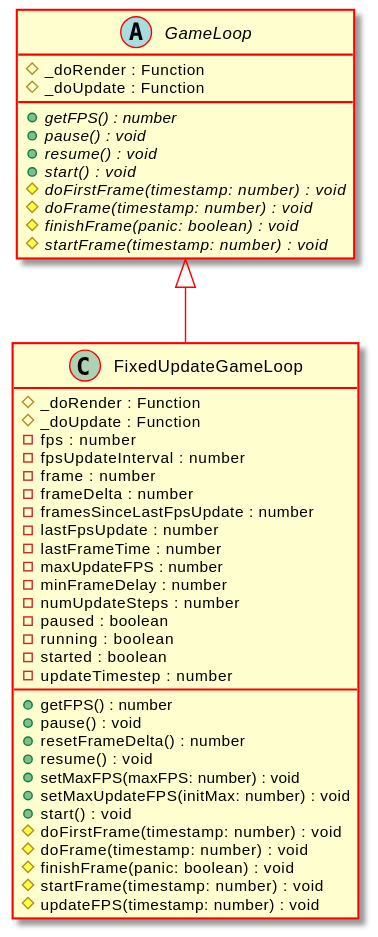
Test123938/Test2 keeps this PlantUML diagram as docs/api/assets/GameLoop-umlClassDiagram-1891.svg. Above is the earlier version. Its diagram source:
```plantuml
@startuml
skinparam ClassArrowColor #ff0000
skinparam ClassBorderColor #ff0000
skinparam BackgroundColor transparent
hide empty methods
hide empty fields
abstract class "GameLoop" {
    #_doRender : Function
    #_doUpdate : Function
    {abstract} +getFPS() : number
    {abstract} +pause() : void
    {abstract} +resume() : void
    {abstract} +start() : void
    {abstract} #doFirstFrame(timestamp: number) : void
    {abstract} #doFrame(timestamp: number) : void
    {abstract} #finishFrame(panic: boolean) : void
    {abstract} #startFrame(timestamp: number) : void
}
class "FixedUpdateGameLoop" {
    #_doRender : Function
    #_doUpdate : Function
    -fps : number
    -fpsUpdateInterval : number
    -frame : number
    -frameDelta : number
    -framesSinceLastFpsUpdate : number
    -lastFpsUpdate : number
    -lastFrameTime : number
    -maxUpdateFPS : number
    -minFrameDelay : number
    -numUpdateSteps : number
    -paused : boolean
    -running : boolean
    -started : boolean
    -updateTimestep : number
    +getFPS() : number
    +pause() : void
    +resetFrameDelta() : number
    +resume() : void
    +setMaxFPS(maxFPS: number) : void
    +setMaxUpdateFPS(initMax: number) : void
    +start() : void
    #doFirstFrame(timestamp: number) : void
    #doFrame(timestamp: number) : void
    #finishFrame(panic: boolean) : void
    #startFrame(timestamp: number) : void
    #updateFPS(timestamp: number) : void
}
"GameLoop" <|-- "FixedUpdateGameLoop"
@enduml
```
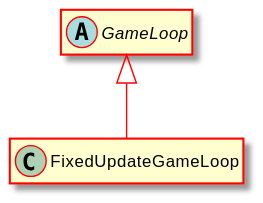
After the change.

Change to the diagram source:
```diff
@@ -5,46 +5,8 @@
 hide empty methods
 hide empty fields
 abstract class "GameLoop" {
-    #_doRender : Function
-    #_doUpdate : Function
-    {abstract} +getFPS() : number
-    {abstract} +pause() : void
-    {abstract} +resume() : void
-    {abstract} +start() : void
-    {abstract} #doFirstFrame(timestamp: number) : void
-    {abstract} #doFrame(timestamp: number) : void
-    {abstract} #finishFrame(panic: boolean) : void
-    {abstract} #startFrame(timestamp: number) : void
 }
 class "FixedUpdateGameLoop" {
-    #_doRender : Function
-    #_doUpdate : Function
-    -fps : number
-    -fpsUpdateInterval : number
-    -frame : number
-    -frameDelta : number
-    -framesSinceLastFpsUpdate : number
-    -lastFpsUpdate : number
-    -lastFrameTime : number
-    -maxUpdateFPS : number
-    -minFrameDelay : number
-    -numUpdateSteps : number
-    -paused : boolean
-    -running : boolean
-    -started : boolean
-    -updateTimestep : number
-    +getFPS() : number
-    +pause() : void
-    +resetFrameDelta() : number
-    +resume() : void
-    +setMaxFPS(maxFPS: number) : void
-    +setMaxUpdateFPS(initMax: number) : void
-    +start() : void
-    #doFirstFrame(timestamp: number) : void
-    #doFrame(timestamp: number) : void
-    #finishFrame(panic: boolean) : void
-    #startFrame(timestamp: number) : void
-    #updateFPS(timestamp: number) : void
 }
 "GameLoop" <|-- "FixedUpdateGameLoop"
 @enduml
```
